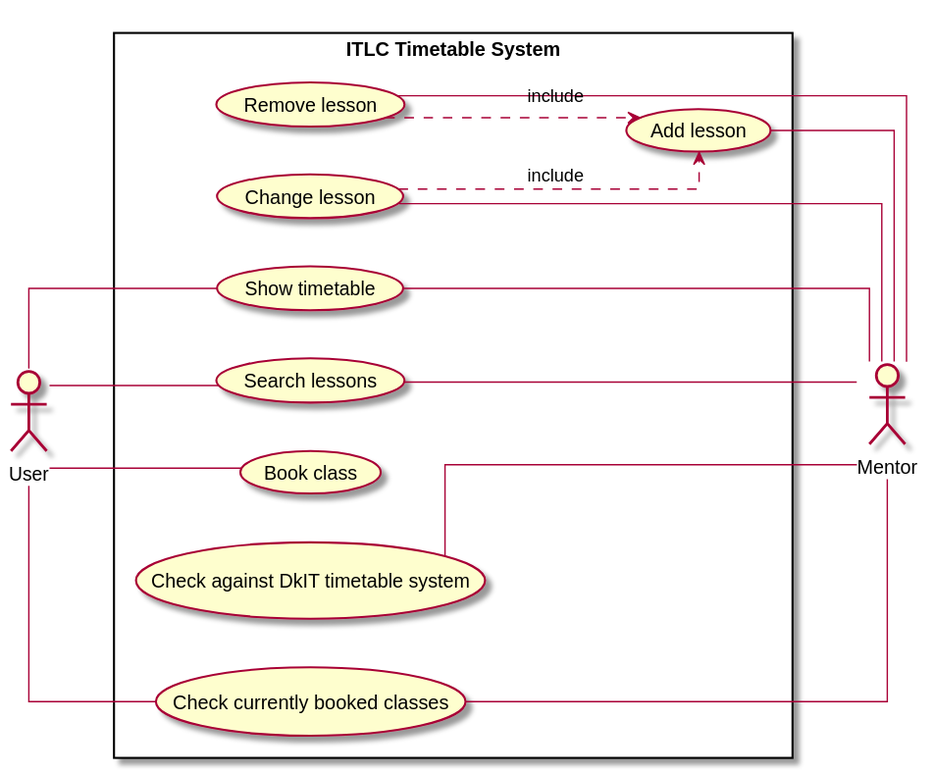
Before: Use Cases/test_usecase_plantuml.svg, a diagram exported from PlantUML (Gyrogaming01/asdp-project-1).
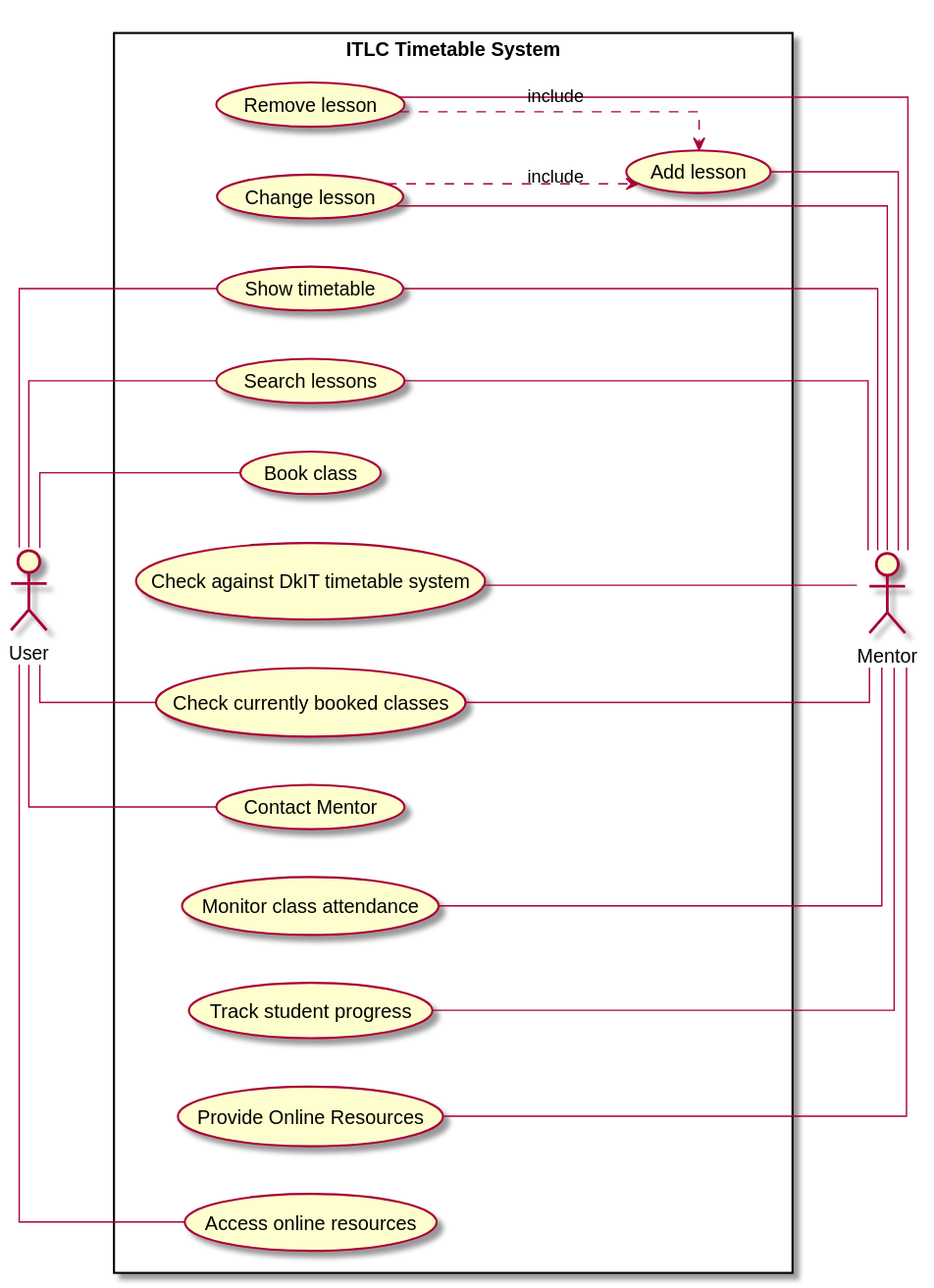
After the commit.

Commit message:
update draft use case diagram, word doc

Change to the diagram source:
```diff
@@ -10,13 +10,20 @@
   (Change lesson) as (UC4)
   (Search lessons) as (UC5)
   (Book class) as (UC6)
-  (Check against DkIT timetable system) as (UC7)
-  (Check currently booked classes) as (UC8)
+  (Check against DkIT timetable system) as (UC8)
+  (Check currently booked classes) as (UC7)
+  (Contact Mentor) as (UC9)
+  (Monitor class attendance) as (UC10)
+  (Track student progress) as (UC11)
+  (Provide Online Resources) as (UC12)
+  (Access online resources) as (UC13)
 
   User -- (UC1)
   User -- (UC5)
   User -- (UC6)
-  User -- (UC8)
+  User -- (UC7)
+  User -- (UC9)
+  User -- (UC13)
   (UC1) -- Mentor
   (UC2) -- Mentor
   (UC3) -- Mentor
@@ -24,6 +31,9 @@
   (UC5) -- Mentor
   (UC7) -- Mentor
   (UC8) -- Mentor
+  (UC10) -- Mentor
+  (UC11) -- Mentor
+  (UC12) -- Mentor
 
   (UC4) ..> (UC2) : include
   (UC3) ..> (UC2) : include
```
